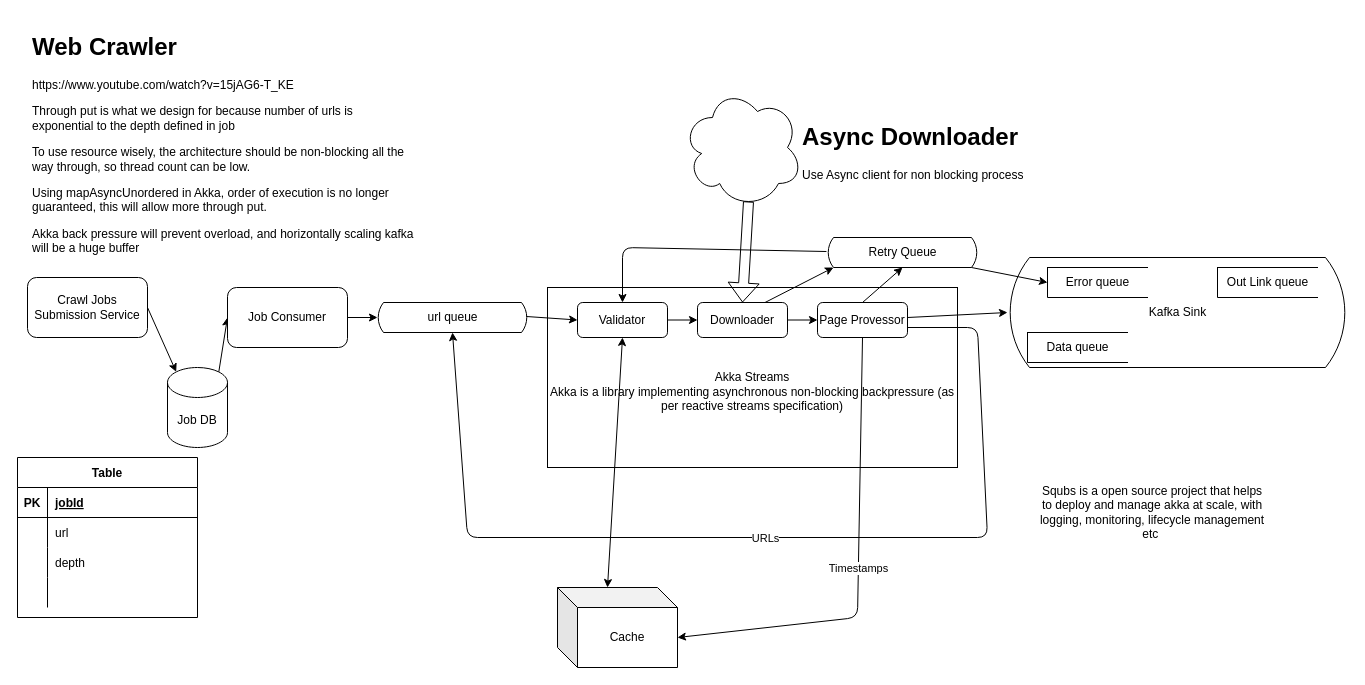
Above: System Design Diagrams/Crawler Diagram.drawio in zyy890316/CS-Notes (draw.io), before the change. Source tidied: cells renumbered, new cells numbered last; positions are measured from the earlier drawing's top-left corner, leaving out a move shared by most shapes. Both pictures are drawn from the tidied source at 100%, with x=0, y=0 at pixel (17, 27).
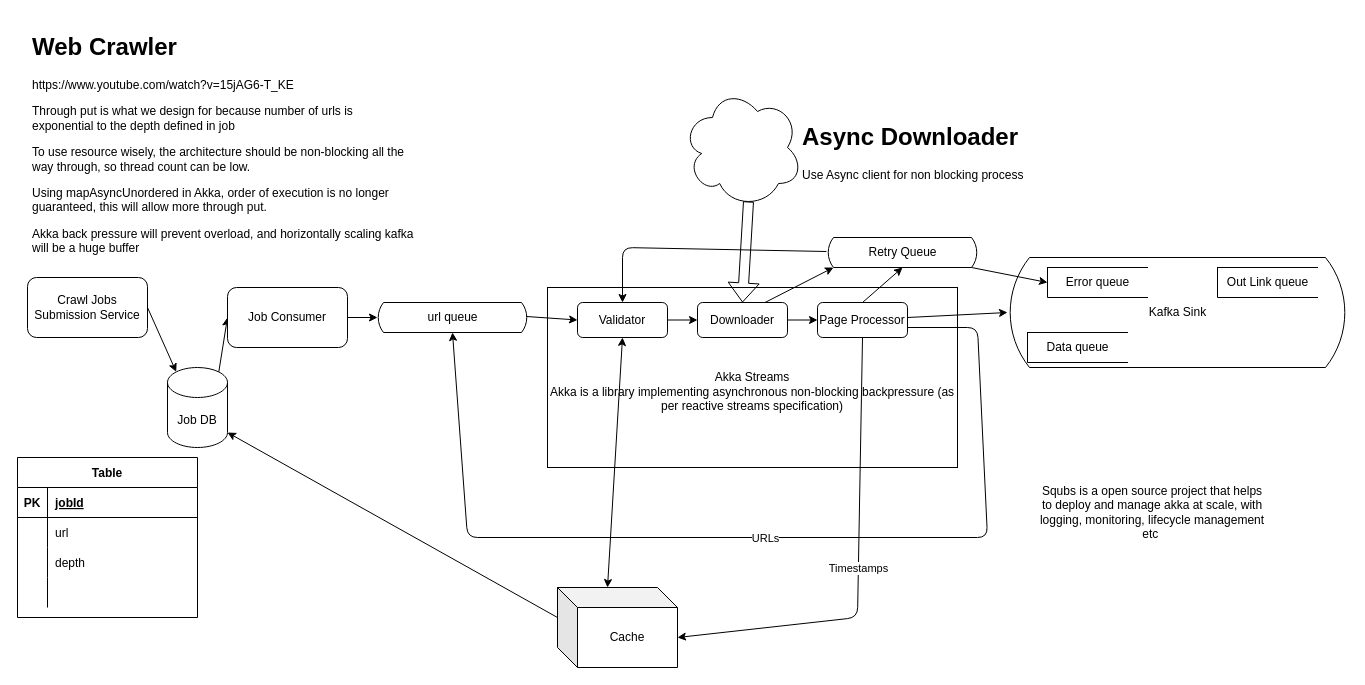
After the change.

The change refers to these unchanged cells:
```xml
<mxCell id="4" value="Job DB" style="shape=cylinder3;whiteSpace=wrap;html=1;boundedLbl=1;backgroundOutline=1;size=15;" parent="1" vertex="1">
  <mxGeometry x="150" y="340" width="60" height="80" as="geometry" />
</mxCell>
<mxCell id="39" value="Cache" style="shape=cube;whiteSpace=wrap;html=1;boundedLbl=1;backgroundOutline=1;darkOpacity=0.05;darkOpacity2=0.1;" parent="1" vertex="1">
  <mxGeometry x="540" y="560" width="120" height="80" as="geometry" />
</mxCell>
```

What changed in the source:
```diff
@@
-    <mxCell id="29" value="Page Provessor" style="rounded=1;whiteSpace=wrap;html=1;" parent="1" vertex="1">
+    <mxCell id="29" value="Page Processor" style="rounded=1;whiteSpace=wrap;html=1;" parent="1" vertex="1">
       <mxGeometry x="800" y="275" width="90" height="35" as="geometry" />
     </mxCell>
@@
+    <mxCell id="50" style="endArrow=classic;html=1;exitX=0;exitY=0;exitDx=0;exitDy=30;exitPerimeter=0;entryX=1;entryY=1;entryDx=0;entryDy=-15;entryPerimeter=0;" parent="1" edge="1" source="39" target="4">
+      <mxGeometry relative="1" as="geometry" />
+    </mxCell>
```
